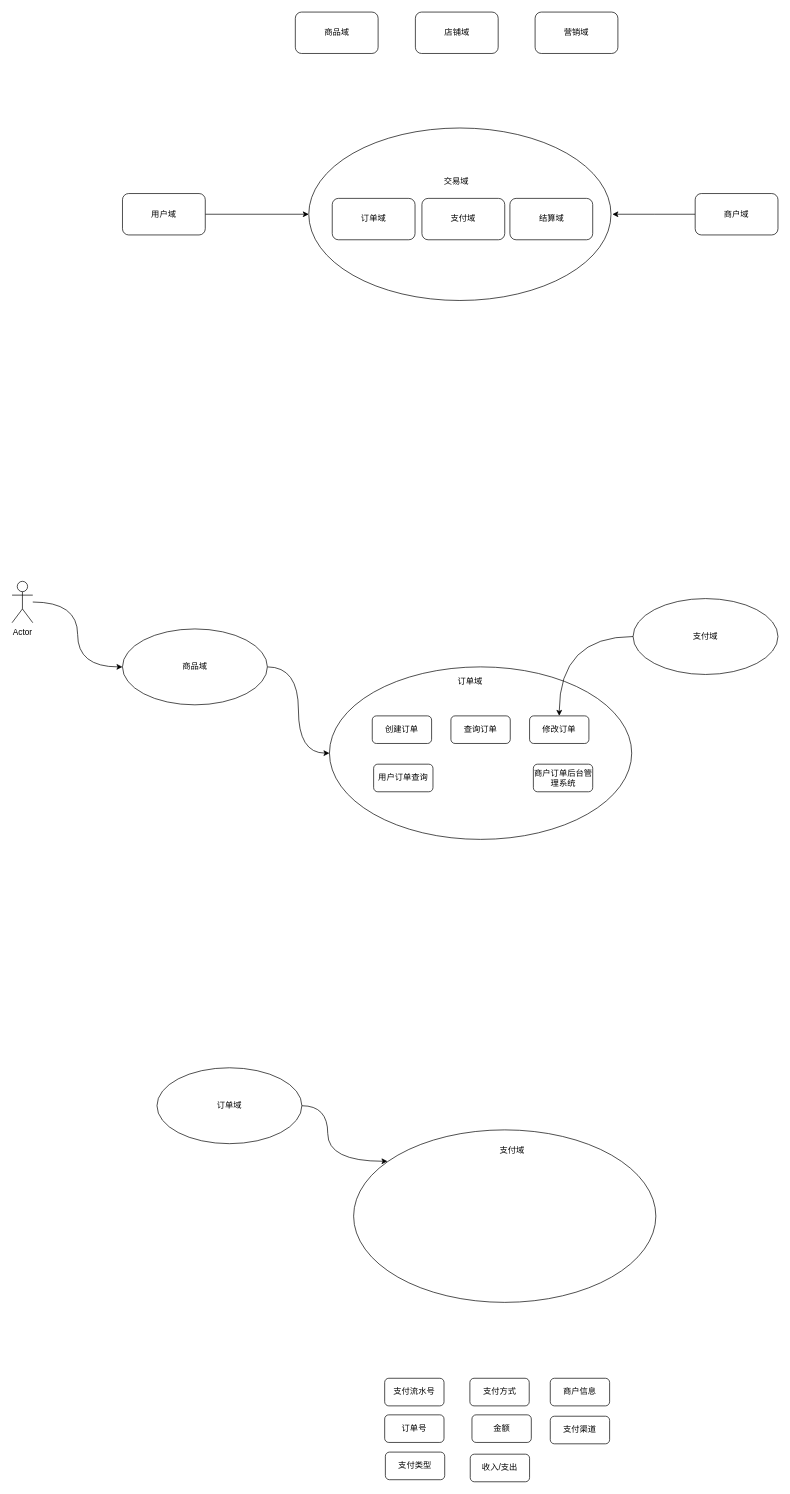
sevenDay2014/dtk keeps this draw.io diagram as page "第 2 页" (2 of 3) of storecard refund design.drawio. Above is the earlier version. Source tidied: cells renumbered, new cells numbered last; positions are measured from the earlier drawing's top-left corner, leaving out a move shared by most shapes. Both pictures are drawn from the tidied source at 69%, with x=0, y=0 at pixel (12, 12).
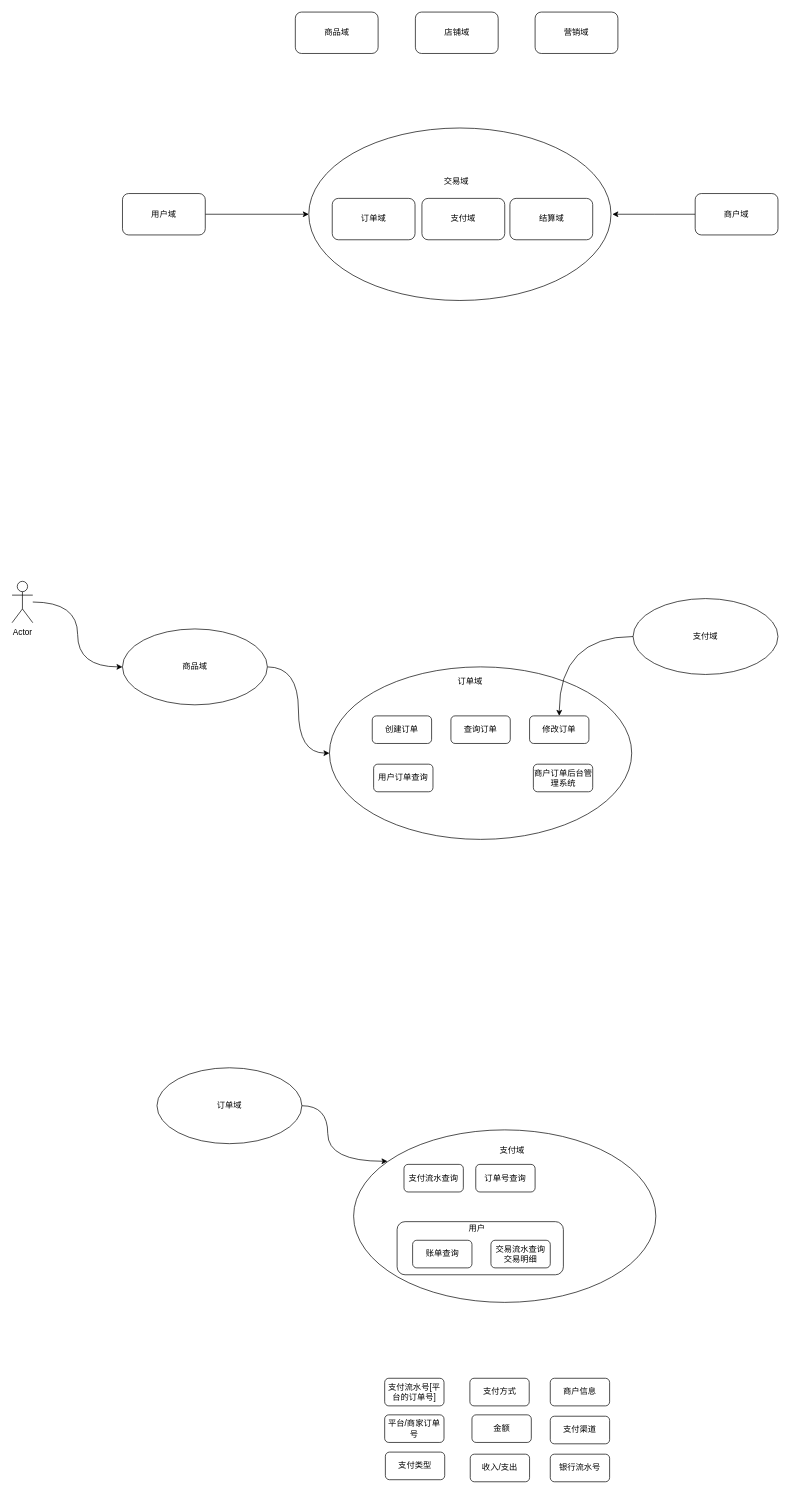
The same diagram, later.

Diff of the diagram source:
```diff
@@
-    <mxCell id="33" value="支付流水号" style="rounded=1;whiteSpace=wrap;html=1;" parent="1" vertex="1">
+    <mxCell id="33" value="支付流水号[平台的订单号]" style="rounded=1;whiteSpace=wrap;html=1;" parent="1" vertex="1">
       <mxGeometry x="540" y="1980" width="86" height="40" as="geometry" />
     </mxCell>
-    <mxCell id="34" value="订单号" style="rounded=1;whiteSpace=wrap;html=1;" parent="1" vertex="1">
+    <mxCell id="34" value="平台/商家订单号" style="rounded=1;whiteSpace=wrap;html=1;" parent="1" vertex="1">
       <mxGeometry x="540" y="2033" width="86" height="40" as="geometry" />
     </mxCell>
@@
+    <mxCell id="39" value="银行流水号" style="rounded=1;whiteSpace=wrap;html=1;" parent="1" vertex="1">
+      <mxGeometry x="780" y="2090" width="86" height="40" as="geometry" />
+    </mxCell>
+    <mxCell id="40" value="支付流水查询" style="rounded=1;whiteSpace=wrap;html=1;" parent="1" vertex="1">
+      <mxGeometry x="568" y="1670" width="86" height="40" as="geometry" />
+    </mxCell>
+    <mxCell id="41" value="订单号查询" style="rounded=1;whiteSpace=wrap;html=1;" parent="1" vertex="1">
+      <mxGeometry x="672" y="1670" width="86" height="40" as="geometry" />
+    </mxCell>
+    <mxCell id="42" style="rounded=1;whiteSpace=wrap;html=1;" parent="1" vertex="1">
+      <mxGeometry x="558" y="1753" width="241" height="77" as="geometry" />
+    </mxCell>
+    <mxCell id="43" value="账单查询" style="rounded=1;whiteSpace=wrap;html=1;" parent="1" vertex="1">
+      <mxGeometry x="580.5" y="1780" width="86" height="40" as="geometry" />
+    </mxCell>
+    <mxCell id="44" value="交易流水查询&lt;br&gt;交易明细" style="rounded=1;whiteSpace=wrap;html=1;" parent="1" vertex="1">
+      <mxGeometry x="694" y="1780" width="86" height="40" as="geometry" />
+    </mxCell>
+    <mxCell id="45" value="用户" style="text;html=1;strokeColor=none;fillColor=none;align=center;verticalAlign=middle;whiteSpace=wrap;rounded=0;" parent="1" vertex="1">
+      <mxGeometry x="654" y="1753" width="40" height="20" as="geometry" />
+    </mxCell>
```
